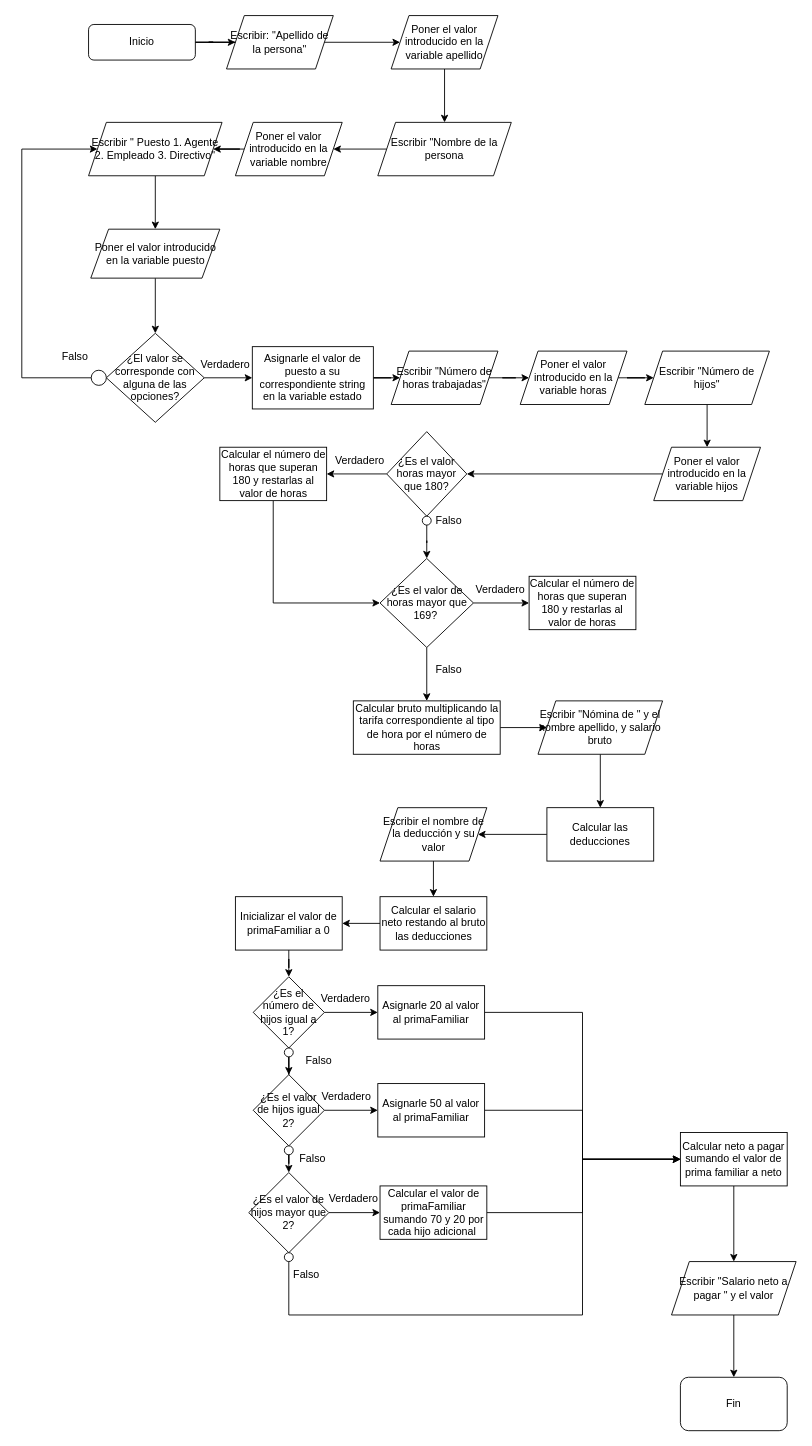
The draw.io diagram Diagramas de flujo/LaNomina.drawio in Fmejias03/LosCondicionales, before the edit. Source tidied: cells renumbered, new cells numbered last; positions are measured from the earlier drawing's top-left corner, leaving out a move shared by most shapes. Both pictures are drawn from the tidied source at 89%, with x=0, y=0 at pixel (21, 15).
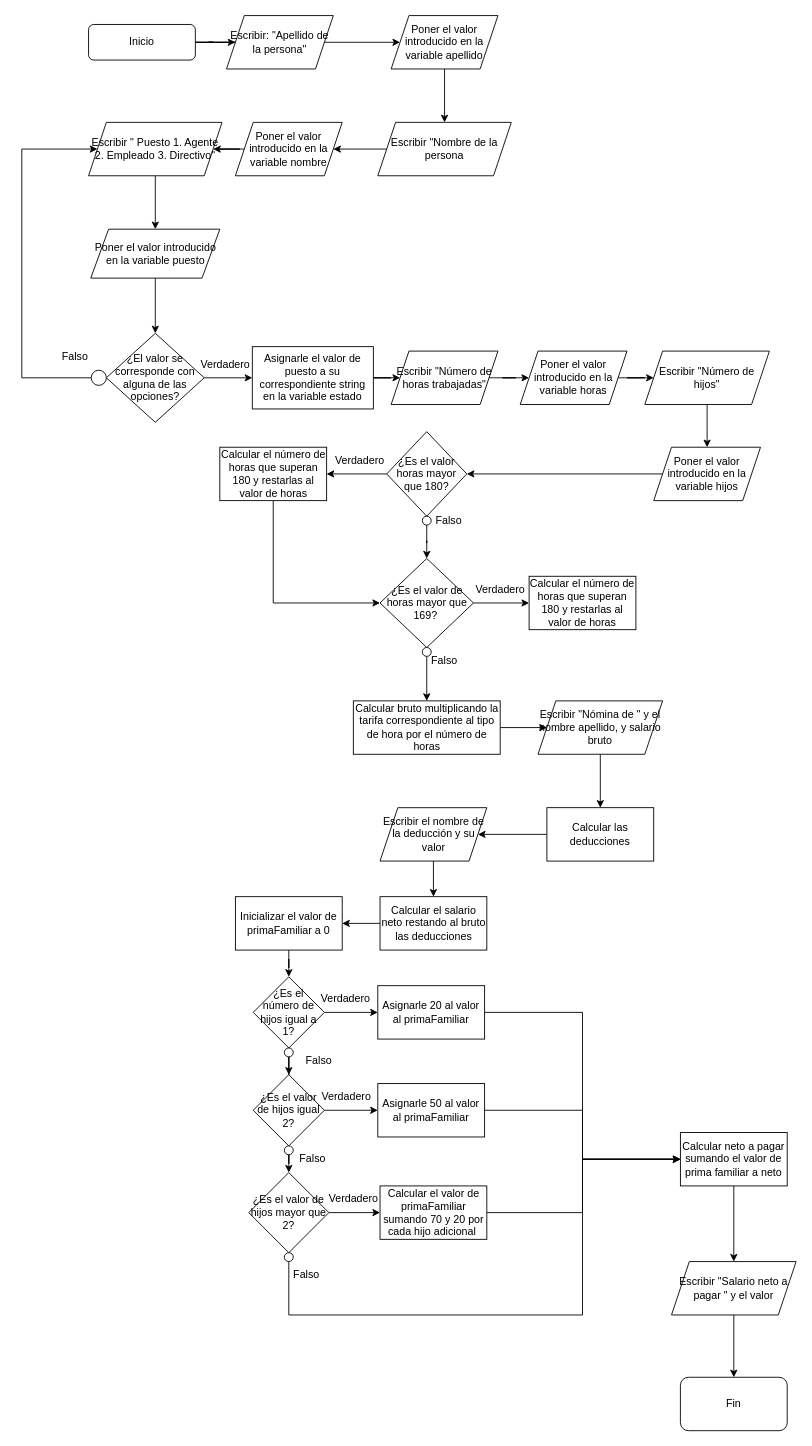
After the change.

The change refers to these unchanged cells:
```xml
<mxCell id="37" value="¿Es el valor de horas mayor que 169?&amp;nbsp;" style="rhombus;whiteSpace=wrap;html=1;" parent="1" vertex="1">
  <mxGeometry x="402.5" y="610" width="105" height="100" as="geometry" />
</mxCell>
<mxCell id="46" value="Calcular bruto multiplicando la tarifa correspondiente al tipo de hora por el número de horas" style="rounded=0;whiteSpace=wrap;html=1;" parent="1" vertex="1">
  <mxGeometry x="372.5" y="770" width="165" height="60" as="geometry" />
</mxCell>
```

Change to the diagram source:
```diff
@@
-    <mxCell id="36" style="edgeStyle=orthogonalEdgeStyle;rounded=0;jettySize=auto;html=1;" parent="1" edge="1" source="37" target="46">
+    <mxCell id="36" style="edgeStyle=orthogonalEdgeStyle;rounded=0;jettySize=auto;html=1;startArrow=none;" parent="1" edge="1" source="90" target="46">
       <mxGeometry relative="1" as="geometry" />
     </mxCell>
@@
     <mxCell id="48" value="Falso" style="text;html=1;strokeColor=none;fillColor=none;align=center;verticalAlign=middle;whiteSpace=wrap;rounded=0;" parent="1" vertex="1">
-      <mxGeometry x="450" y="720" width="60" height="30" as="geometry" />
+      <mxGeometry x="445" y="710" width="60" height="30" as="geometry" />
     </mxCell>
@@
+    <mxCell id="90" style="ellipse;whiteSpace=wrap;html=1;" parent="1" vertex="1">
+      <mxGeometry x="450" y="710" width="10" height="10" as="geometry" />
+    </mxCell>
+    <mxCell id="91" style="edgeStyle=orthogonalEdgeStyle;rounded=0;jettySize=auto;html=1;endArrow=none;" parent="1" edge="1" source="37" target="90">
+      <mxGeometry relative="1" as="geometry">
+        <Array as="points">
+          <mxPoint x="455" y="720" />
+          <mxPoint x="455" y="720" />
+        </Array>
+      </mxGeometry>
+    </mxCell>
```
